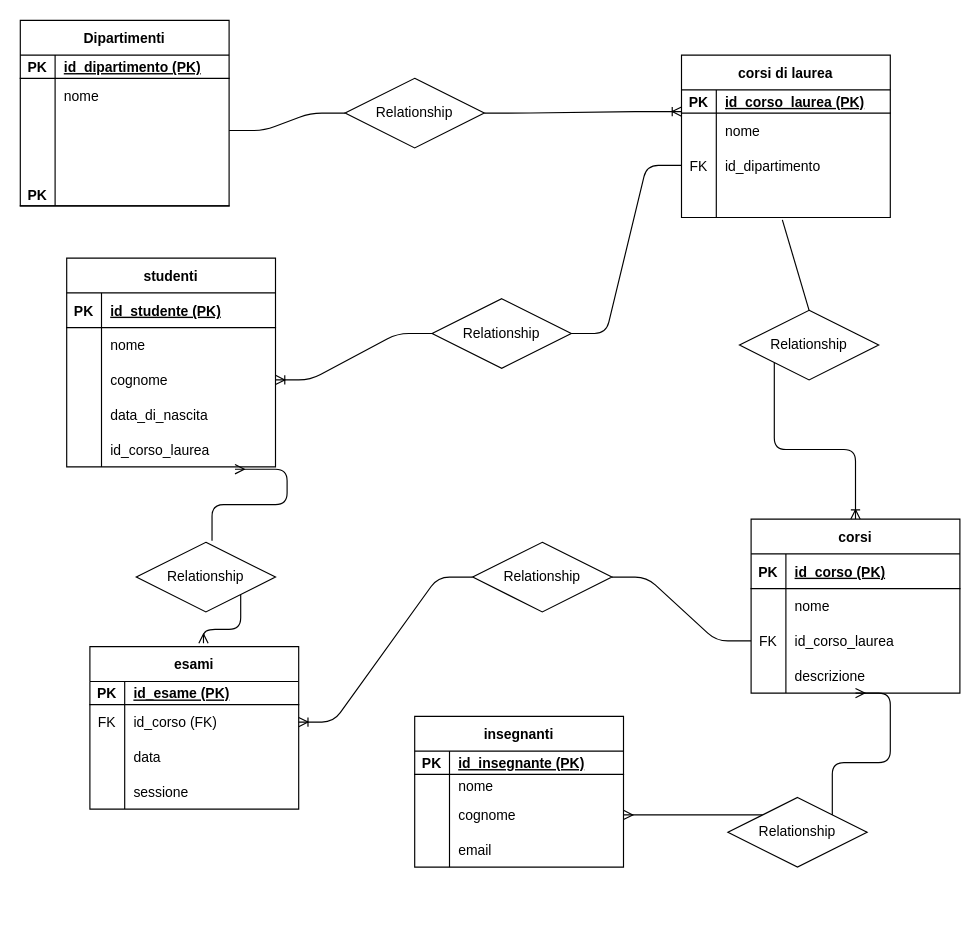
This is university.drawio from LuigiSerra91/db-university, a draw.io file, before an edit. Source tidied: cells renumbered, new cells numbered last; positions are measured from the earlier drawing's top-left corner, leaving out a move shared by most shapes. Both pictures are drawn from the tidied source at 116%, with x=0, y=0 at pixel (20, 20).
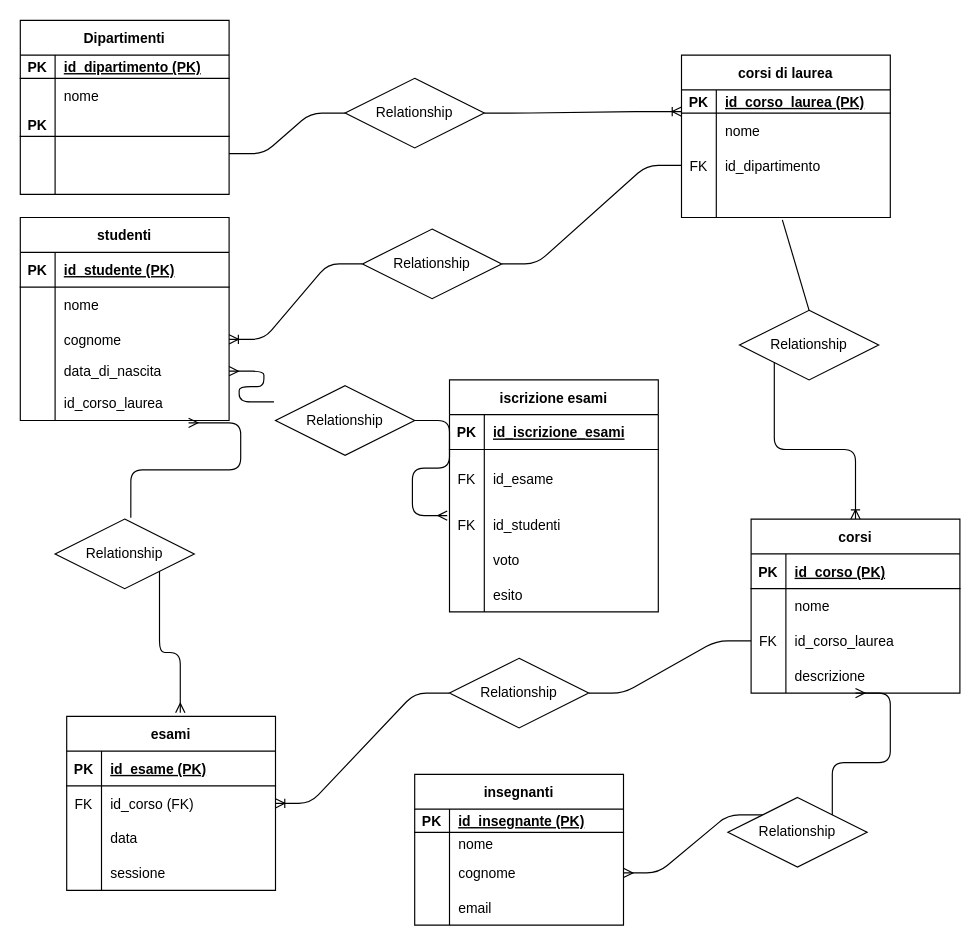
The same page after the edit.

Commit message:
add_iscrizione esami

What changed in the source:
```diff
@@
     <mxCell id="2" value="Dipartimenti" style="shape=table;startSize=30;childLayout=tableLayout;rowLines=0;fontStyle=1;align=center;" parent="1" vertex="1">
-      <mxGeometry width="180" height="160" as="geometry" />
+      <mxGeometry width="180" height="150" as="geometry" />
     </mxCell>
@@
+    <mxCell id="15" style="shape=tableRow;horizontal=0;startSize=0;swimlaneHead=0;swimlaneBody=0;fillColor=none;top=0;left=0;right=0;bottom=1;" parent="2" vertex="1">
+      <mxGeometry y="80" width="180" height="20" as="geometry" />
+    </mxCell>
+    <mxCell id="16" value="PK" style="shape=partialRectangle;fillColor=none;top=0;left=0;bottom=0;right=0;fontStyle=1;overflow=hidden;" parent="15" vertex="1">
+      <mxGeometry width="30" height="20" as="geometry" />
+    </mxCell>
+    <mxCell id="17" style="shape=partialRectangle;fillColor=none;top=0;left=0;bottom=0;right=0;align=left;spacingLeft=6;fontStyle=5;overflow=hidden;" parent="15" vertex="1">
+      <mxGeometry x="30" width="150" height="20" as="geometry" />
+    </mxCell>
     <mxCell id="9" style="shape=tableRow;horizontal=0;startSize=0;swimlaneHead=0;swimlaneBody=0;fillColor=none;points=[[0,0.5],[1,0.5]];portConstraint=eastwest;top=0;left=0;right=0;bottom=0;" parent="2" vertex="1">
-      <mxGeometry y="80" width="180" height="30" as="geometry" />
+      <mxGeometry y="100" width="180" height="30" as="geometry" />
     </mxCell>
@@
     <mxCell id="12" style="shape=tableRow;horizontal=0;startSize=0;swimlaneHead=0;swimlaneBody=0;fillColor=none;top=0;left=0;right=0;bottom=0;" parent="2" vertex="1">
-      <mxGeometry y="110" width="180" height="30" as="geometry" />
+      <mxGeometry y="130" width="180" height="20" as="geometry" />
     </mxCell>
     <mxCell id="13" style="shape=partialRectangle;fillColor=none;top=0;left=0;bottom=0;right=0;overflow=hidden;" parent="12" vertex="1">
-      <mxGeometry width="30" height="30" as="geometry" />
+      <mxGeometry width="30" height="20" as="geometry" />
     </mxCell>
     <mxCell id="14" style="shape=partialRectangle;fillColor=none;top=0;left=0;bottom=0;right=0;align=left;spacingLeft=6;overflow=hidden;" parent="12" vertex="1">
-      <mxGeometry x="30" width="150" height="30" as="geometry" />
+      <mxGeometry x="30" width="150" height="20" as="geometry" />
     </mxCell>
-    <mxCell id="15" style="shape=tableRow;horizontal=0;startSize=0;swimlaneHead=0;swimlaneBody=0;fillColor=none;top=0;left=0;right=0;bottom=1;" parent="2" vertex="1">
-      <mxGeometry y="140" width="180" height="20" as="geometry" />
-    </mxCell>
-    <mxCell id="16" value="PK" style="shape=partialRectangle;fillColor=none;top=0;left=0;bottom=0;right=0;fontStyle=1;overflow=hidden;" parent="15" vertex="1">
-      <mxGeometry width="30" height="20" as="geometry" />
-    </mxCell>
-    <mxCell id="17" style="shape=partialRectangle;fillColor=none;top=0;left=0;bottom=0;right=0;align=left;spacingLeft=6;fontStyle=5;overflow=hidden;" parent="15" vertex="1">
-      <mxGeometry x="30" width="150" height="20" as="geometry" />
-    </mxCell>
@@
     <mxCell id="50" value="insegnanti" style="shape=table;startSize=30;childLayout=tableLayout;rowLines=0;fontStyle=1;align=center;" parent="1" vertex="1">
-      <mxGeometry x="340" y="600" width="180" height="130" as="geometry" />
+      <mxGeometry x="340" y="650" width="180" height="130" as="geometry" />
     </mxCell>
@@
     <mxCell id="66" value="esami" style="shape=table;startSize=30;childLayout=tableLayout;rowLines=0;fontStyle=1;align=center;" parent="1" vertex="1">
-      <mxGeometry x="60" y="540" width="180" height="140" as="geometry" />
+      <mxGeometry x="40" y="600" width="180" height="150" as="geometry" />
     </mxCell>
     <mxCell id="67" style="shape=tableRow;horizontal=0;startSize=0;swimlaneHead=0;swimlaneBody=0;fillColor=none;top=0;left=0;right=0;bottom=1;" parent="66" vertex="1">
-      <mxGeometry y="30" width="180" height="20" as="geometry" />
+      <mxGeometry y="30" width="180" height="30" as="geometry" />
     </mxCell>
     <mxCell id="68" value="PK" style="shape=partialRectangle;fillColor=none;top=0;left=0;bottom=0;right=0;fontStyle=1;overflow=hidden;" parent="67" vertex="1">
-      <mxGeometry width="30" height="20" as="geometry" />
+      <mxGeometry width="30" height="30" as="geometry" />
     </mxCell>
     <mxCell id="69" value="id_esame (PK)" style="shape=partialRectangle;fillColor=none;top=0;left=0;bottom=0;right=0;align=left;spacingLeft=6;fontStyle=5;overflow=hidden;" parent="67" vertex="1">
-      <mxGeometry x="30" width="150" height="20" as="geometry" />
+      <mxGeometry x="30" width="150" height="30" as="geometry" />
     </mxCell>
     <mxCell id="70" style="shape=tableRow;horizontal=0;startSize=0;swimlaneHead=0;swimlaneBody=0;fillColor=none;points=[[0,0.5],[1,0.5]];portConstraint=eastwest;top=0;left=0;right=0;bottom=0;" parent="66" vertex="1">
-      <mxGeometry y="50" width="180" height="30" as="geometry" />
+      <mxGeometry y="60" width="180" height="30" as="geometry" />
     </mxCell>
@@
     <mxCell id="73" style="shape=tableRow;horizontal=0;startSize=0;swimlaneHead=0;swimlaneBody=0;fillColor=none;top=0;left=0;right=0;bottom=0;" parent="66" vertex="1">
-      <mxGeometry y="80" width="180" height="30" as="geometry" />
+      <mxGeometry y="90" width="180" height="30" as="geometry" />
     </mxCell>
@@
     <mxCell id="76" style="shape=tableRow;horizontal=0;startSize=0;swimlaneHead=0;swimlaneBody=0;fillColor=none;top=0;left=0;right=0;bottom=0;" parent="66" vertex="1">
-      <mxGeometry y="110" width="180" height="30" as="geometry" />
+      <mxGeometry y="120" width="180" height="30" as="geometry" />
     </mxCell>
@@
     <mxCell id="81" value="Relationship" style="shape=rhombus;perimeter=rhombusPerimeter;whiteSpace=wrap;html=1;align=center;" parent="1" vertex="1">
-      <mxGeometry x="390" y="450" width="120" height="60" as="geometry" />
+      <mxGeometry x="370" y="550" width="120" height="60" as="geometry" />
     </mxCell>
     <mxCell id="82" value="studenti" style="shape=table;startSize=30;childLayout=tableLayout;rowLines=0;fontStyle=1;align=center;" parent="1" vertex="1">
-      <mxGeometry x="40" y="205" width="180" height="180" as="geometry" />
+      <mxGeometry y="170" width="180" height="175" as="geometry" />
     </mxCell>
@@
     <mxCell id="92" style="shape=tableRow;horizontal=0;startSize=0;swimlaneHead=0;swimlaneBody=0;fillColor=none;points=[[0,0.5],[1,0.5]];portConstraint=eastwest;top=0;left=0;right=0;bottom=0;" parent="82" vertex="1">
-      <mxGeometry y="120" width="180" height="30" as="geometry" />
+      <mxGeometry y="120" width="180" height="25" as="geometry" />
     </mxCell>
     <mxCell id="93" style="shape=partialRectangle;fillColor=none;top=0;left=0;bottom=0;right=0;overflow=hidden;" parent="92" vertex="1">
-      <mxGeometry width="30" height="30" as="geometry" />
+      <mxGeometry width="30" height="25" as="geometry" />
     </mxCell>
     <mxCell id="94" value="data_di_nascita" style="shape=partialRectangle;fillColor=none;top=0;left=0;bottom=0;right=0;align=left;spacingLeft=6;overflow=hidden;" parent="92" vertex="1">
-      <mxGeometry x="30" width="150" height="30" as="geometry" />
+      <mxGeometry x="30" width="150" height="25" as="geometry" />
     </mxCell>
     <mxCell id="95" style="shape=tableRow;horizontal=0;startSize=0;swimlaneHead=0;swimlaneBody=0;fillColor=none;points=[[0,0.5],[1,0.5]];portConstraint=eastwest;top=0;left=0;right=0;bottom=0;" parent="82" vertex="1">
-      <mxGeometry y="150" width="180" height="30" as="geometry" />
+      <mxGeometry y="145" width="180" height="30" as="geometry" />
     </mxCell>
@@
     <mxCell id="100" value="Relationship" style="shape=rhombus;perimeter=rhombusPerimeter;whiteSpace=wrap;html=1;align=center;" parent="1" vertex="1">
-      <mxGeometry x="355" y="240" width="120" height="60" as="geometry" />
+      <mxGeometry x="295" y="180" width="120" height="60" as="geometry" />
     </mxCell>
@@
     <mxCell id="103" value="Relationship" style="shape=rhombus;perimeter=rhombusPerimeter;whiteSpace=wrap;html=1;align=center;" parent="1" vertex="1">
-      <mxGeometry x="100" y="450" width="120" height="60" as="geometry" />
+      <mxGeometry x="30" y="430" width="120" height="60" as="geometry" />
     </mxCell>
+    <mxCell id="104" value="iscrizione esami" style="shape=table;startSize=30;childLayout=tableLayout;rowLines=0;fontStyle=1;align=center;" parent="1" vertex="1">
+      <mxGeometry x="370" y="310" width="180" height="200" as="geometry" />
+    </mxCell>
+    <mxCell id="105" style="shape=tableRow;horizontal=0;startSize=0;swimlaneHead=0;swimlaneBody=0;fillColor=none;top=0;left=0;right=0;bottom=1;" parent="104" vertex="1">
+      <mxGeometry y="30" width="180" height="30" as="geometry" />
+    </mxCell>
+    <mxCell id="106" value="PK" style="shape=partialRectangle;fillColor=none;top=0;left=0;bottom=0;right=0;fontStyle=1;overflow=hidden;" parent="105" vertex="1">
+      <mxGeometry width="30" height="30" as="geometry" />
+    </mxCell>
+    <mxCell id="107" value="id_iscrizione_esami" style="shape=partialRectangle;fillColor=none;top=0;left=0;bottom=0;right=0;align=left;spacingLeft=6;fontStyle=5;overflow=hidden;" parent="105" vertex="1">
+      <mxGeometry x="30" width="150" height="30" as="geometry" />
+    </mxCell>
+    <mxCell id="108" style="shape=tableRow;horizontal=0;startSize=0;swimlaneHead=0;swimlaneBody=0;fillColor=none;top=0;left=0;right=0;bottom=0;" parent="104" vertex="1">
+      <mxGeometry y="60" width="180" height="50" as="geometry" />
+    </mxCell>
+    <mxCell id="109" value="FK" style="shape=partialRectangle;fillColor=none;top=0;left=0;bottom=0;right=0;overflow=hidden;" parent="108" vertex="1">
+      <mxGeometry width="30" height="50" as="geometry" />
+    </mxCell>
+    <mxCell id="110" value="id_esame" style="shape=partialRectangle;fillColor=none;top=0;left=0;bottom=0;right=0;align=left;spacingLeft=6;overflow=hidden;" parent="108" vertex="1">
+      <mxGeometry x="30" width="150" height="50" as="geometry" />
+    </mxCell>
+    <mxCell id="111" style="shape=tableRow;horizontal=0;startSize=0;swimlaneHead=0;swimlaneBody=0;fillColor=none;points=[[0,0.5],[1,0.5]];portConstraint=eastwest;top=0;left=0;right=0;bottom=0;" parent="104" vertex="1">
+      <mxGeometry y="110" width="180" height="30" as="geometry" />
+    </mxCell>
+    <mxCell id="112" value="FK" style="shape=partialRectangle;fillColor=none;top=0;left=0;bottom=0;right=0;overflow=hidden;" parent="111" vertex="1">
+      <mxGeometry width="30" height="30" as="geometry" />
+    </mxCell>
+    <mxCell id="113" value="id_studenti" style="shape=partialRectangle;fillColor=none;top=0;left=0;bottom=0;right=0;align=left;spacingLeft=6;overflow=hidden;" parent="111" vertex="1">
+      <mxGeometry x="30" width="150" height="30" as="geometry" />
+    </mxCell>
+    <mxCell id="114" style="shape=tableRow;horizontal=0;startSize=0;swimlaneHead=0;swimlaneBody=0;fillColor=none;top=0;left=0;right=0;bottom=0;" parent="104" vertex="1">
+      <mxGeometry y="140" width="180" height="30" as="geometry" />
+    </mxCell>
+    <mxCell id="115" style="shape=partialRectangle;fillColor=none;top=0;left=0;bottom=0;right=0;overflow=hidden;" parent="114" vertex="1">
+      <mxGeometry width="30" height="30" as="geometry" />
+    </mxCell>
+    <mxCell id="116" value="voto" style="shape=partialRectangle;fillColor=none;top=0;left=0;bottom=0;right=0;align=left;spacingLeft=6;overflow=hidden;" parent="114" vertex="1">
+      <mxGeometry x="30" width="150" height="30" as="geometry" />
+    </mxCell>
+    <mxCell id="117" style="shape=tableRow;horizontal=0;startSize=0;swimlaneHead=0;swimlaneBody=0;fillColor=none;top=0;left=0;right=0;bottom=0;" parent="104" vertex="1">
+      <mxGeometry y="170" width="180" height="30" as="geometry" />
+    </mxCell>
+    <mxCell id="118" style="shape=partialRectangle;fillColor=none;top=0;left=0;bottom=0;right=0;overflow=hidden;" parent="117" vertex="1">
+      <mxGeometry width="30" height="30" as="geometry" />
+    </mxCell>
+    <mxCell id="119" value="esito" style="shape=partialRectangle;fillColor=none;top=0;left=0;bottom=0;right=0;align=left;spacingLeft=6;overflow=hidden;" parent="117" vertex="1">
+      <mxGeometry x="30" width="150" height="30" as="geometry" />
+    </mxCell>
+    <mxCell id="120" style="edgeStyle=entityRelationEdgeStyle;fontSize=12;html=1;endArrow=ERmany;startArrow=none;entryX=1;entryY=0.5;entryDx=0;entryDy=0;exitX=-0.011;exitY=0.233;exitDx=0;exitDy=0;exitPerimeter=0;" parent="1" edge="1" source="122" target="92">
+      <mxGeometry relative="1" as="geometry" />
+    </mxCell>
+    <mxCell id="121" style="edgeStyle=entityRelationEdgeStyle;fontSize=12;html=1;endArrow=none;startArrow=ERmany;entryX=1;entryY=0.5;entryDx=0;entryDy=0;exitX=-0.011;exitY=0.233;exitDx=0;exitDy=0;exitPerimeter=0;" parent="1" edge="1" source="111" target="122">
+      <mxGeometry relative="1" as="geometry" />
+    </mxCell>
+    <mxCell id="122" value="Relationship" style="shape=rhombus;perimeter=rhombusPerimeter;whiteSpace=wrap;html=1;align=center;" parent="1" vertex="1">
+      <mxGeometry x="220" y="315" width="120" height="60" as="geometry" />
+    </mxCell>
```
